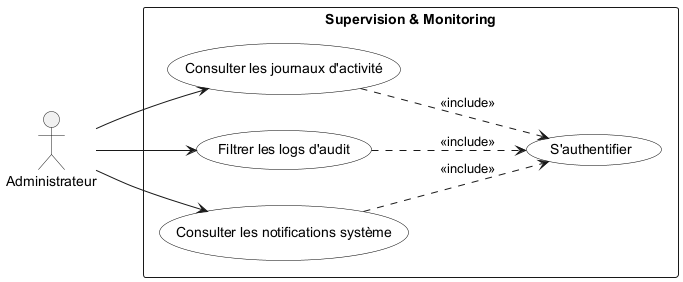
Earlier version of the PlantUML export Rapport/diagrams/sprint5_usecase.png (ayoubmek/PFE_data_science). Its diagram source:
```plantuml
@startuml sprint5_usecase
left to right direction
skinparam usecase {
    BackgroundColor White
    BorderColor Black
}

actor "Administrateur" as ADM

rectangle "Supervision & Monitoring" {
    usecase "S'authentifier" as UC_Auth
    usecase "Consulter les journaux d'activité" as UC51
    usecase "Filtrer les logs d'audit" as UC52
    usecase "Consulter les notifications système" as UC53
}

ADM --> UC51
ADM --> UC52
ADM --> UC53

UC51 ..> UC_Auth : <<include>>
UC52 ..> UC_Auth : <<include>>
UC53 ..> UC_Auth : <<include>>
@enduml
```
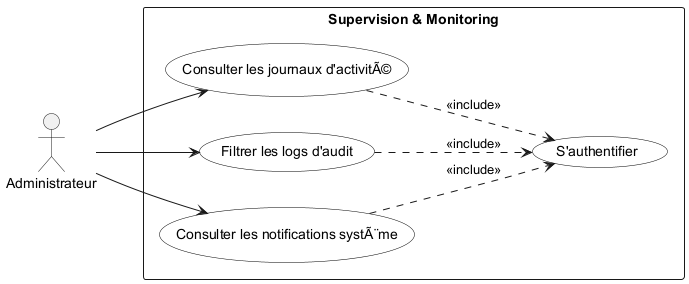
The same file after the commit.

Change to the diagram source:
```diff
@@ -9,9 +9,9 @@
 
 rectangle "Supervision & Monitoring" {
     usecase "S'authentifier" as UC_Auth
-    usecase "Consulter les journaux d'activité" as UC51
+    usecase "Consulter les journaux d'activitÃ©" as UC51
     usecase "Filtrer les logs d'audit" as UC52
-    usecase "Consulter les notifications système" as UC53
+    usecase "Consulter les notifications systÃ¨me" as UC53
 }
 
 ADM --> UC51
```
